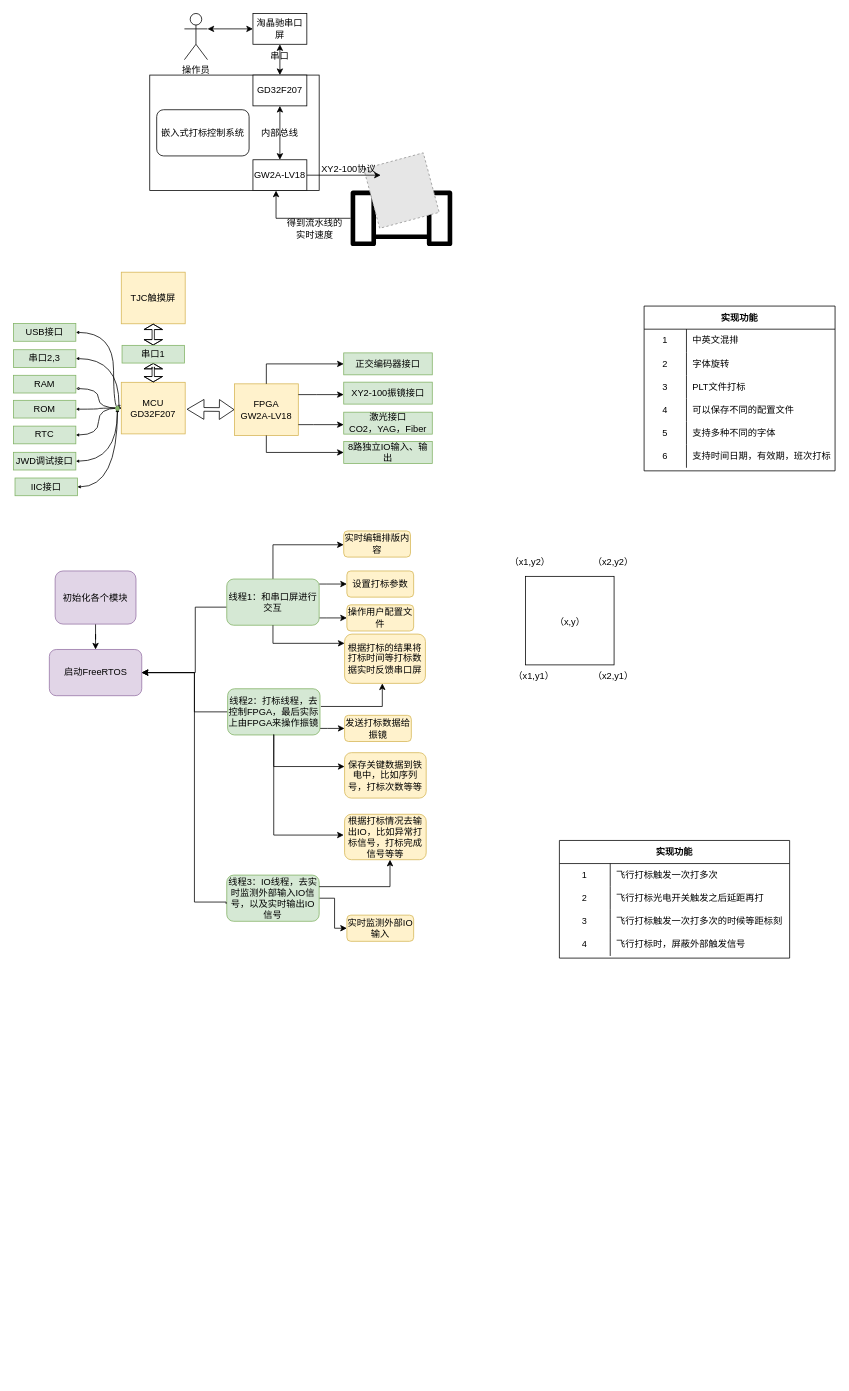
ForestLH/imghost keeps this draw.io diagram as img/未命名绘图.drawio. Above is the earlier version. Source tidied: cells renumbered, new cells numbered last; positions are measured from the earlier drawing's top-left corner, leaving out a move shared by most shapes. Both pictures are drawn from the tidied source at 77%, with x=0, y=0 at pixel (13, 13). Pictures stored in the file or linked from it are replaced by grey dashed boxes.
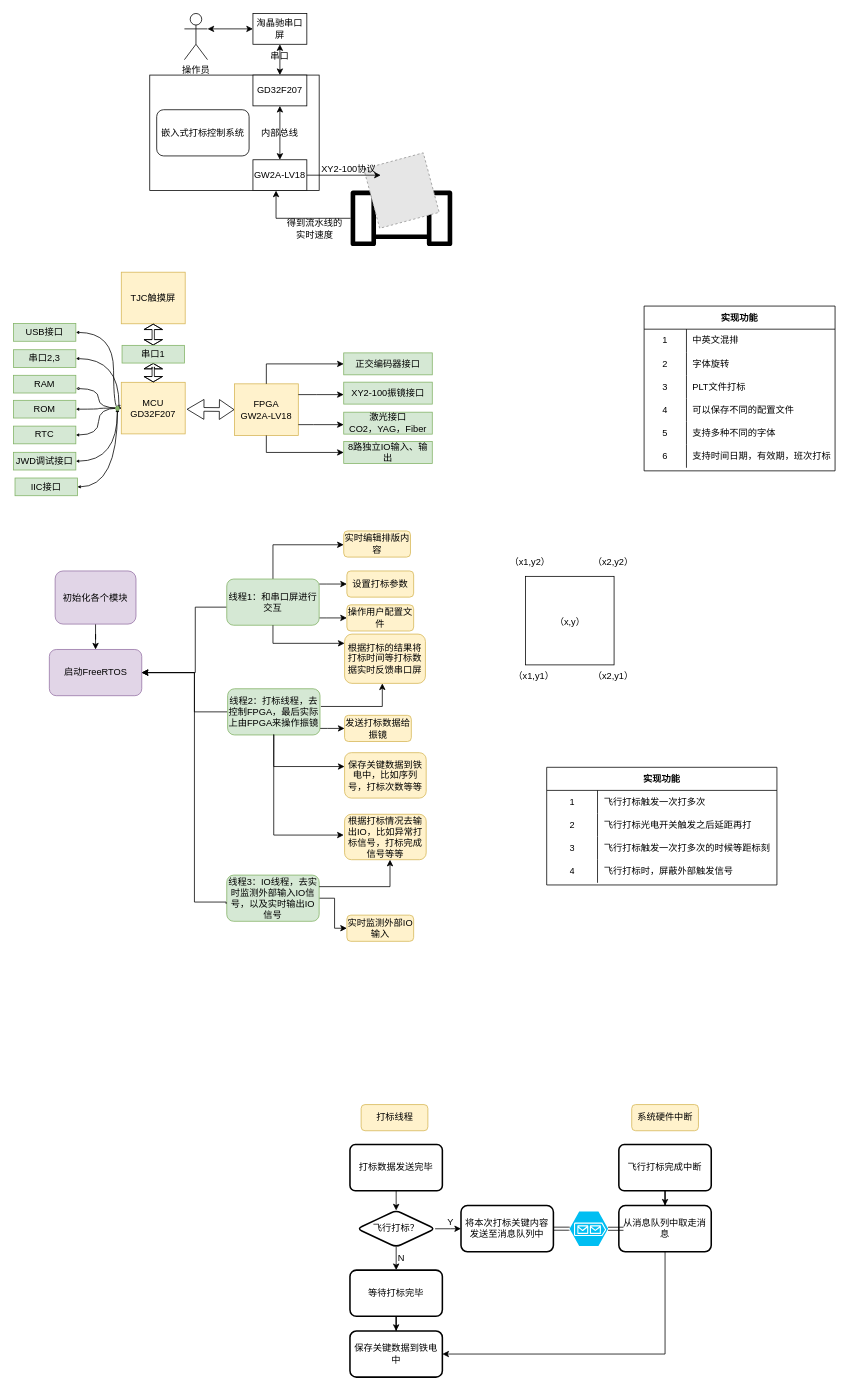
After the change.

Commit message:
更新开题报告图.drawio

Diff of the diagram source:
```diff
@@
     <mxCell id="102" value="实现功能" style="shape=table;startSize=30;childLayout=tableLayout;rowLines=0;fontStyle=1;" parent="1" vertex="1">
-      <mxGeometry x="709" y="1074" width="299" height="152.8" as="geometry" />
+      <mxGeometry x="692.5" y="979" width="299" height="152.8" as="geometry" />
     </mxCell>
@@
+    <mxCell id="115" style="edgeStyle=orthogonalEdgeStyle;rounded=0;jettySize=auto;html=1;" parent="1" edge="1" source="116" target="119">
+      <mxGeometry relative="1" as="geometry" />
+    </mxCell>
+    <mxCell id="116" value="打标数据发送完毕" style="rounded=1;whiteSpace=wrap;html=1;absoluteArcSize=1;arcSize=14;strokeWidth=2;" parent="1" vertex="1">
+      <mxGeometry x="437" y="1469" width="120" height="60" as="geometry" />
+    </mxCell>
+    <mxCell id="117" style="edgeStyle=orthogonalEdgeStyle;rounded=0;jettySize=auto;html=1;" parent="1" edge="1" source="119" target="121">
+      <mxGeometry relative="1" as="geometry" />
+    </mxCell>
+    <mxCell id="118" style="edgeStyle=orthogonalEdgeStyle;rounded=0;jettySize=auto;html=1;" parent="1" edge="1" source="119" target="124">
+      <mxGeometry relative="1" as="geometry" />
+    </mxCell>
+    <mxCell id="119" value="飞行打标？" style="rhombus;whiteSpace=wrap;html=1;rounded=1;arcSize=14;strokeWidth=2;" parent="1" vertex="1">
+      <mxGeometry x="446.2" y="1554.5" width="101.5" height="47.5" as="geometry" />
+    </mxCell>
+    <mxCell id="120" style="edgeStyle=orthogonalEdgeStyle;rounded=0;jettySize=auto;html=1;shape=link;" parent="1" edge="1" source="121" target="134">
+      <mxGeometry relative="1" as="geometry" />
+    </mxCell>
+    <mxCell id="121" value="将本次打标关键内容发送至消息队列中" style="whiteSpace=wrap;html=1;rounded=1;arcSize=14;strokeWidth=2;" parent="1" vertex="1">
+      <mxGeometry x="581.2" y="1548.2" width="120" height="60" as="geometry" />
+    </mxCell>
+    <mxCell id="122" value="Y" style="text;html=1;strokeColor=none;fillColor=none;align=center;verticalAlign=middle;whiteSpace=wrap;rounded=0;" parent="1" vertex="1">
+      <mxGeometry x="538.2" y="1554.5" width="60" height="30" as="geometry" />
+    </mxCell>
+    <mxCell id="123" style="edgeStyle=orthogonalEdgeStyle;rounded=0;jettySize=auto;html=1;" parent="1" edge="1" source="124" target="130">
+      <mxGeometry relative="1" as="geometry" />
+    </mxCell>
+    <mxCell id="124" value="等待打标完毕" style="whiteSpace=wrap;html=1;rounded=1;arcSize=14;strokeWidth=2;" parent="1" vertex="1">
+      <mxGeometry x="437" y="1632" width="120" height="60" as="geometry" />
+    </mxCell>
+    <mxCell id="125" value="N" style="text;html=1;strokeColor=none;fillColor=none;align=center;verticalAlign=middle;whiteSpace=wrap;rounded=0;" parent="1" vertex="1">
+      <mxGeometry x="474" y="1602" width="60" height="30" as="geometry" />
+    </mxCell>
+    <mxCell id="126" value="打标线程" style="whiteSpace=wrap;html=1;fillColor=#fff2cc;strokeColor=#d6b656;rounded=1;" parent="1" vertex="1">
+      <mxGeometry x="451.5" y="1417" width="86.7" height="34" as="geometry" />
+    </mxCell>
+    <mxCell id="127" value="系统硬件中断" style="whiteSpace=wrap;html=1;fillColor=#fff2cc;strokeColor=#d6b656;rounded=1;" parent="1" vertex="1">
+      <mxGeometry x="802.9" y="1417" width="86.7" height="34" as="geometry" />
+    </mxCell>
+    <mxCell id="128" style="edgeStyle=orthogonalEdgeStyle;rounded=0;jettySize=auto;html=1;" parent="1" edge="1" source="129" target="132">
+      <mxGeometry relative="1" as="geometry" />
+    </mxCell>
+    <mxCell id="129" value="飞行打标完成中断" style="rounded=1;whiteSpace=wrap;html=1;absoluteArcSize=1;arcSize=14;strokeWidth=2;" parent="1" vertex="1">
+      <mxGeometry x="786.2" y="1469" width="120" height="60" as="geometry" />
+    </mxCell>
+    <mxCell id="130" value="保存关键数据到铁电中" style="whiteSpace=wrap;html=1;rounded=1;arcSize=14;strokeWidth=2;" parent="1" vertex="1">
+      <mxGeometry x="437" y="1711" width="120" height="60" as="geometry" />
+    </mxCell>
+    <mxCell id="131" style="edgeStyle=orthogonalEdgeStyle;rounded=0;jettySize=auto;html=1;exitX=0.5;exitY=1;exitDx=0;exitDy=0;entryX=1;entryY=0.5;entryDx=0;entryDy=0;" parent="1" edge="1" source="132" target="130">
+      <mxGeometry relative="1" as="geometry" />
+    </mxCell>
+    <mxCell id="132" value="从消息队列中取走消息" style="whiteSpace=wrap;html=1;rounded=1;arcSize=14;strokeWidth=2;" parent="1" vertex="1">
+      <mxGeometry x="786.2" y="1548.2" width="120" height="60" as="geometry" />
+    </mxCell>
+    <mxCell id="133" style="edgeStyle=orthogonalEdgeStyle;rounded=0;jettySize=auto;html=1;shape=link;" parent="1" edge="1" source="134" target="132">
+      <mxGeometry relative="1" as="geometry" />
+    </mxCell>
+    <mxCell id="134" style="verticalLabelPosition=bottom;html=1;verticalAlign=top;align=center;strokeColor=none;fillColor=#00BEF2;shape=mxgraph.azure.storage_queue;" parent="1" vertex="1">
+      <mxGeometry x="722.2" y="1555.8" width="50" height="45" as="geometry" />
+    </mxCell>
```
